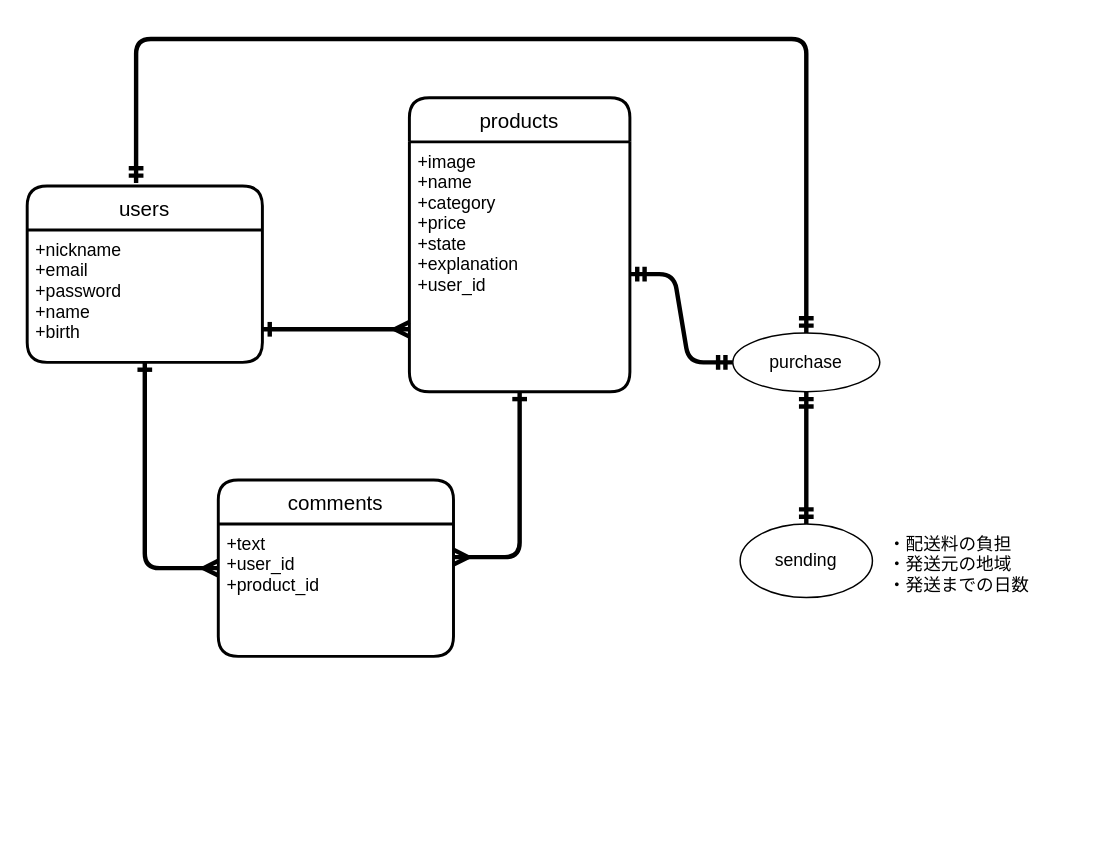
Before: test.dio in toshiki-kawamura/furima-30591, a draw.io diagram. Source tidied: cells renumbered, new cells numbered last; positions are measured from the earlier drawing's top-left corner, leaving out a move shared by most shapes. Both pictures are drawn from the tidied source at 147%, with x=0, y=0 at pixel (26, 38).
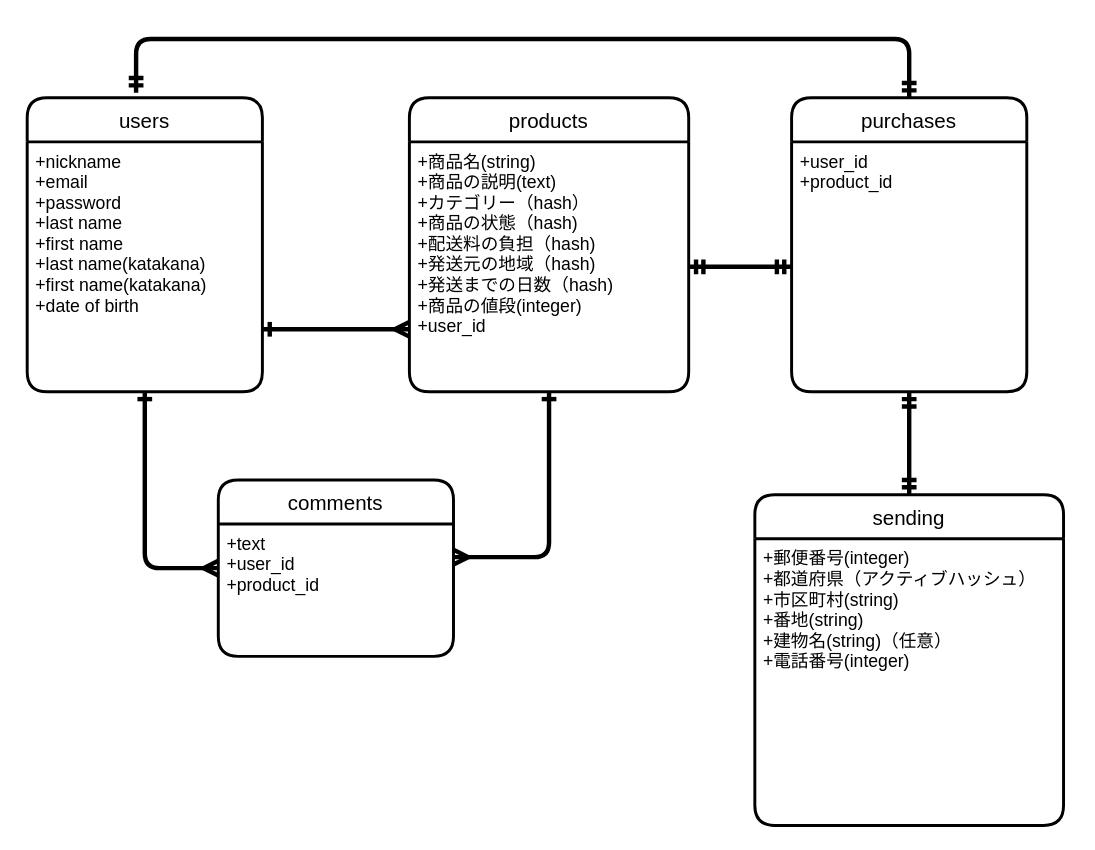
The same diagram, later.

Commit message (it also covers changes not shown here):
ER図の作成（修正２）

The edit, as a diff of the source:
```diff
@@
-    <mxCell id="3" value="users" style="swimlane;horizontal=1;startSize=30;rounded=1;fontSize=14;fontStyle=0;strokeWidth=2;shadow=0;dashed=0;align=center;" parent="1" vertex="1">
-      <mxGeometry y="100" width="160" height="120" as="geometry" />
-    </mxCell>
-    <mxCell id="4" value="+nickname&#10;+email&#10;+password&#10;+name&#10;+birth" style="align=left;strokeColor=none;fillColor=none;spacingLeft=4;fontSize=12;verticalAlign=top;" parent="3" vertex="1">
-      <mxGeometry y="30" width="160" height="90" as="geometry" />
-    </mxCell>
@@
     <mxCell id="9" value="products" style="swimlane;horizontal=1;startSize=30;rounded=1;fontSize=14;fontStyle=0;strokeWidth=2;shadow=0;dashed=0;align=center;" parent="1" vertex="1">
-      <mxGeometry x="260" y="40" width="150" height="200" as="geometry" />
+      <mxGeometry x="260" y="40" width="190" height="200" as="geometry" />
     </mxCell>
-    <mxCell id="10" value="+image&#10;+name&#10;+category&#10;+price&#10;+state&#10;+explanation&#10;+user_id" style="align=left;strokeColor=none;fillColor=none;spacingLeft=4;fontSize=12;verticalAlign=top;" parent="9" vertex="1">
-      <mxGeometry y="30" width="150" height="170" as="geometry" />
+    <mxCell id="10" value="+商品名(string)&#10;+商品の説明(text)&#10;+カテゴリー（hash）&#10;+商品の状態（hash)&#10;+配送料の負担（hash)&#10;+発送元の地域（hash)&#10;+発送までの日数（hash)&#10;+商品の値段(integer)&#10;+user_id" style="align=left;strokeColor=none;fillColor=none;spacingLeft=4;fontSize=12;verticalAlign=top;" parent="9" vertex="1">
+      <mxGeometry y="30" width="190" height="170" as="geometry" />
     </mxCell>
-    <mxCell id="11" value="purchase" style="ellipse;whiteSpace=wrap;html=1;align=center;" parent="1" vertex="1">
-      <mxGeometry x="480" y="200" width="100" height="40" as="geometry" />
-    </mxCell>
-    <mxCell id="12" value="sending" style="ellipse;whiteSpace=wrap;html=1;align=center;" parent="1" vertex="1">
-      <mxGeometry x="485" y="330" width="90" height="50" as="geometry" />
-    </mxCell>
-    <mxCell id="13" style="edgeStyle=entityRelationEdgeStyle;fontSize=12;html=1;endArrow=ERmandOne;startArrow=ERmandOne;strokeWidth=3;" parent="1" edge="1">
-      <mxGeometry relative="1" as="geometry">
-        <mxPoint x="410" y="160" as="sourcePoint" />
-        <mxPoint x="480" y="220" as="targetPoint" />
-      </mxGeometry>
+    <mxCell id="13" style="edgeStyle=entityRelationEdgeStyle;fontSize=12;html=1;endArrow=ERmandOne;startArrow=ERmandOne;strokeWidth=3;entryX=0;entryY=0.5;entryDx=0;entryDy=0;exitX=1;exitY=0.5;exitDx=0;exitDy=0;" parent="1" edge="1" source="10" target="18">
+      <mxGeometry relative="1" as="geometry" />
     </mxCell>
-    <mxCell id="14" style="fontSize=12;html=1;endArrow=ERmandOne;startArrow=ERmandOne;strokeWidth=3;entryX=0.5;entryY=1;entryDx=0;entryDy=0;exitX=0.5;exitY=0;exitDx=0;exitDy=0;" parent="1" edge="1" source="12" target="11">
+    <mxCell id="14" style="fontSize=12;html=1;endArrow=ERmandOne;startArrow=ERmandOne;strokeWidth=3;entryX=0.5;entryY=1;entryDx=0;entryDy=0;exitX=0.5;exitY=0;exitDx=0;exitDy=0;" parent="1" edge="1" source="12" target="18">
       <mxGeometry relative="1" as="geometry" />
     </mxCell>
-    <mxCell id="15" value="・配送料の負担&#10;・発送元の地域&#10;・発送までの日数" style="text;strokeColor=none;fillColor=none;spacingLeft=4;spacingRight=4;overflow=hidden;fontSize=12;" parent="1" vertex="1">
-      <mxGeometry x="580" y="330" width="130" height="60" as="geometry" />
-    </mxCell>
-    <mxCell id="16" style="edgeStyle=orthogonalEdgeStyle;fontSize=12;html=1;endArrow=ERmandOne;startArrow=ERmandOne;strokeWidth=3;exitX=0.463;exitY=-0.017;exitDx=0;exitDy=0;exitPerimeter=0;entryX=0.5;entryY=0;entryDx=0;entryDy=0;" parent="1" edge="1" source="3" target="11">
+    <mxCell id="16" style="edgeStyle=orthogonalEdgeStyle;fontSize=12;html=1;endArrow=ERmandOne;startArrow=ERmandOne;strokeWidth=3;exitX=0.463;exitY=-0.017;exitDx=0;exitDy=0;exitPerimeter=0;entryX=0.5;entryY=0;entryDx=0;entryDy=0;" parent="1" edge="1" source="3" target="17">
       <mxGeometry relative="1" as="geometry">
         <Array as="points">
           <mxPoint x="74" />
-          <mxPoint x="530" />
+          <mxPoint x="600" />
         </Array>
       </mxGeometry>
     </mxCell>
+    <mxCell id="3" value="users" style="swimlane;horizontal=1;startSize=30;rounded=1;fontSize=14;fontStyle=0;strokeWidth=2;shadow=0;dashed=0;align=center;" parent="1" vertex="1">
+      <mxGeometry y="40" width="160" height="200" as="geometry" />
+    </mxCell>
+    <mxCell id="4" value="+nickname&#10;+email&#10;+password&#10;+last name&#10;+first name&#10;+last name(katakana)&#10;+first name(katakana)&#10;+date of birth" style="align=left;strokeColor=none;fillColor=none;spacingLeft=4;fontSize=12;verticalAlign=top;" parent="3" vertex="1">
+      <mxGeometry y="30" width="160" height="170" as="geometry" />
+    </mxCell>
+    <mxCell id="17" value="purchases" style="swimlane;horizontal=1;startSize=30;rounded=1;fontSize=14;fontStyle=0;strokeWidth=2;shadow=0;dashed=0;align=center;" parent="1" vertex="1">
+      <mxGeometry x="520" y="40" width="160" height="200" as="geometry" />
+    </mxCell>
+    <mxCell id="18" value="+user_id&#10;+product_id" style="align=left;strokeColor=none;fillColor=none;spacingLeft=4;fontSize=12;verticalAlign=top;" parent="17" vertex="1">
+      <mxGeometry y="30" width="160" height="170" as="geometry" />
+    </mxCell>
+    <mxCell id="12" value="sending" style="swimlane;horizontal=1;startSize=30;rounded=1;fontSize=14;fontStyle=0;strokeWidth=2;shadow=0;dashed=0;align=center;" parent="1" vertex="1">
+      <mxGeometry x="495" y="310" width="210" height="225" as="geometry" />
+    </mxCell>
+    <mxCell id="19" value="+郵便番号(integer)&#10;+都道府県（アクティブハッシュ）&#10;+市区町村(string)&#10;+番地(string)&#10;+建物名(string)（任意）&#10;+電話番号(integer)" style="align=left;strokeColor=none;fillColor=none;spacingLeft=4;fontSize=12;verticalAlign=top;" parent="12" vertex="1">
+      <mxGeometry y="30" width="210" height="195" as="geometry" />
+    </mxCell>
```
